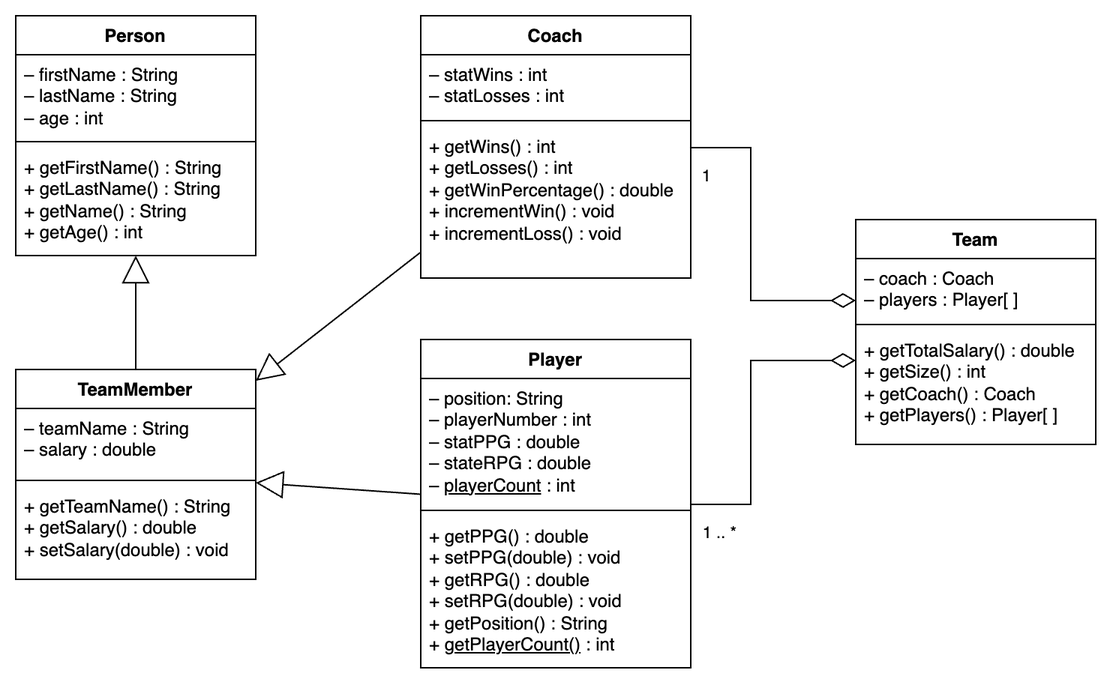
This is images/uml-02.png from davecheng-tech/Random-Notes, a draw.io export, as it was before one commit. Source tidied: cells renumbered, new cells last; positions are measured from the earlier drawing's top-left corner, leaving out a move shared by most shapes.
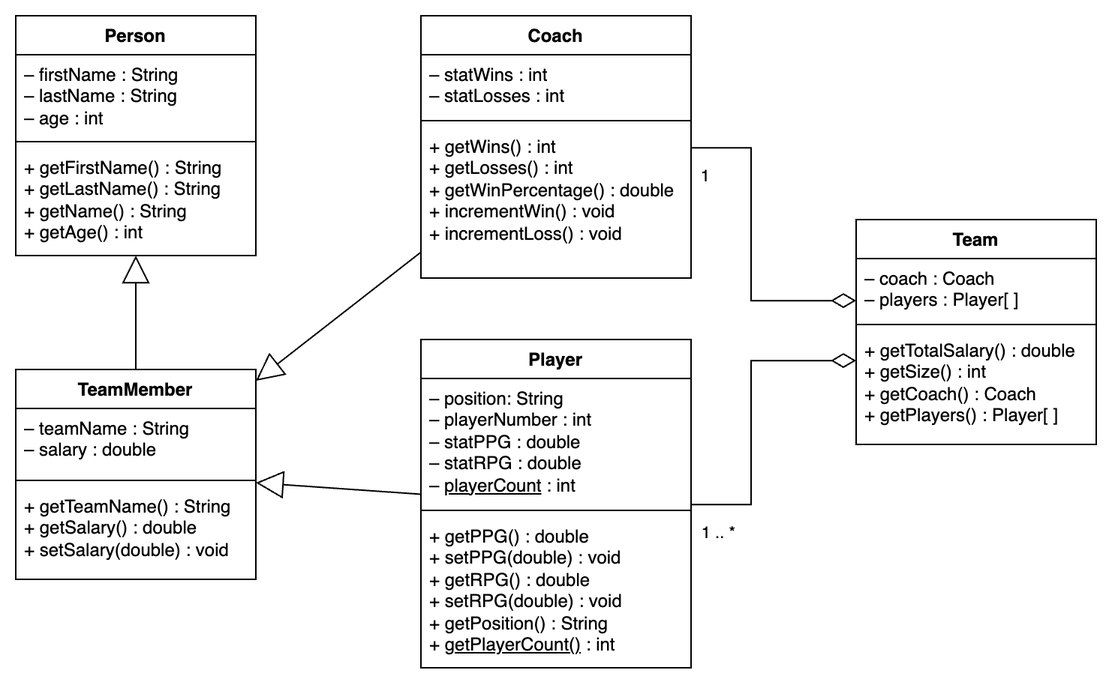
The same diagram one commit later.

Commit message:
Updated UML diagram to fix typo

What changed in the source:
```diff
@@ -41,7 +41,7 @@
     <mxCell id="14" value="Player" style="swimlane;fontStyle=1;align=center;verticalAlign=top;horizontal=1;startSize=26;whiteSpace=wrap;html=1;" parent="1" vertex="1">
       <mxGeometry x="270" y="216" width="180" height="219" as="geometry" />
     </mxCell>
-    <mxCell id="15" value="– position: String&lt;div&gt;– playerNumber : int&lt;/div&gt;&lt;div&gt;– statPPG : double&lt;/div&gt;&lt;div&gt;– stateRPG : double&lt;/div&gt;&lt;div&gt;– &lt;u&gt;playerCount&lt;/u&gt;&amp;nbsp;: int&lt;/div&gt;" style="text;strokeColor=none;fillColor=none;align=left;verticalAlign=top;spacingLeft=4;spacingRight=4;overflow=hidden;whiteSpace=wrap;html=1;" parent="14" vertex="1">
+    <mxCell id="15" value="– position: String&lt;div&gt;– playerNumber : int&lt;/div&gt;&lt;div&gt;– statPPG : double&lt;/div&gt;&lt;div&gt;– statRPG : double&lt;/div&gt;&lt;div&gt;– &lt;u&gt;playerCount&lt;/u&gt;&amp;nbsp;: int&lt;/div&gt;" style="text;strokeColor=none;fillColor=none;align=left;verticalAlign=top;spacingLeft=4;spacingRight=4;overflow=hidden;whiteSpace=wrap;html=1;" parent="14" vertex="1">
       <mxGeometry y="26" width="180" height="84" as="geometry" />
     </mxCell>
     <mxCell id="16" style="line;strokeWidth=1;fillColor=none;align=left;verticalAlign=middle;spacingTop=-1;spacingLeft=3;spacingRight=3;labelPosition=right;strokeColor=inherit;" parent="14" vertex="1">
```
